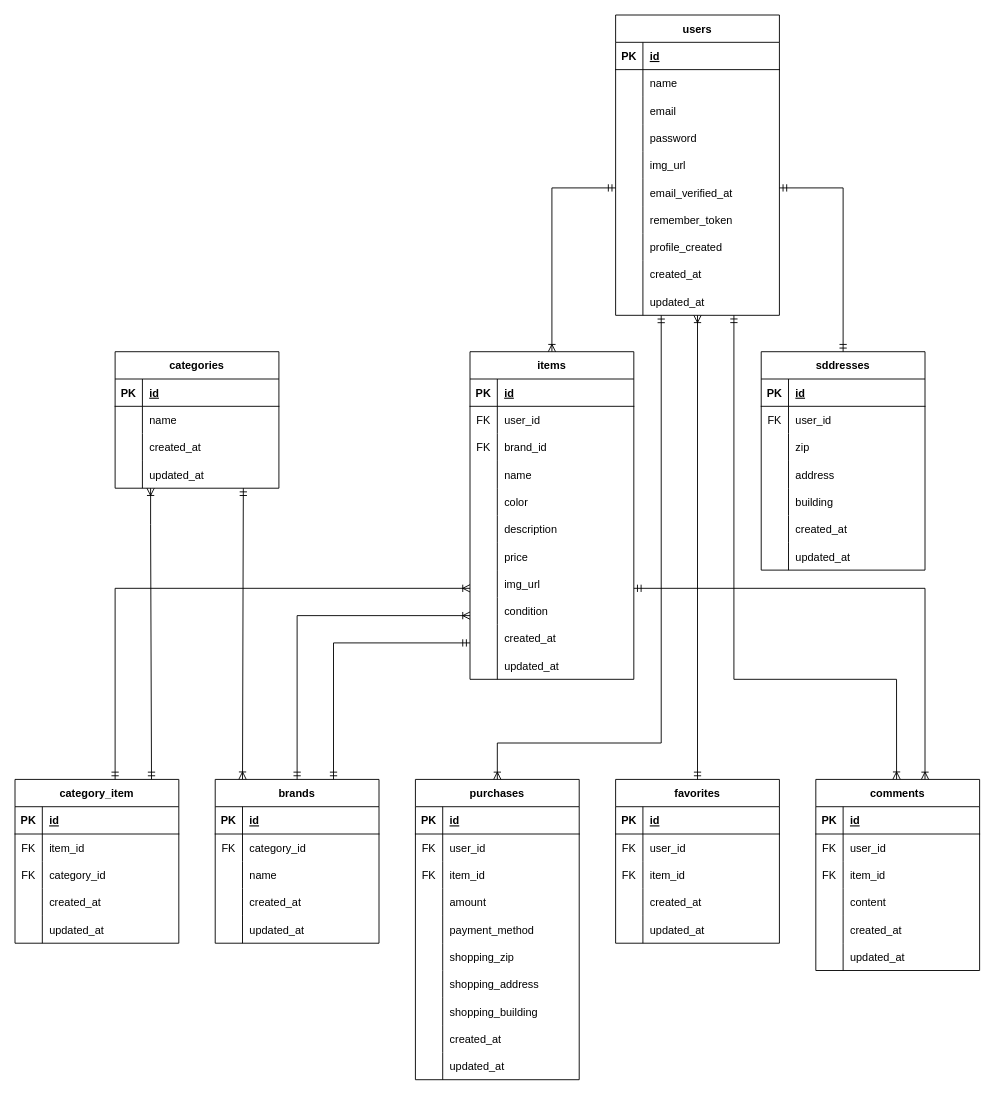
Before: docs/ERD/ER_diagram.drawio in yoshiimika/FleaMarket, a draw.io diagram. Source tidied: cells renumbered, new cells numbered last; positions are measured from the earlier drawing's top-left corner, leaving out a move shared by most shapes. Both pictures are drawn from the tidied source at 91%, with x=0, y=0 at pixel (15, 15).
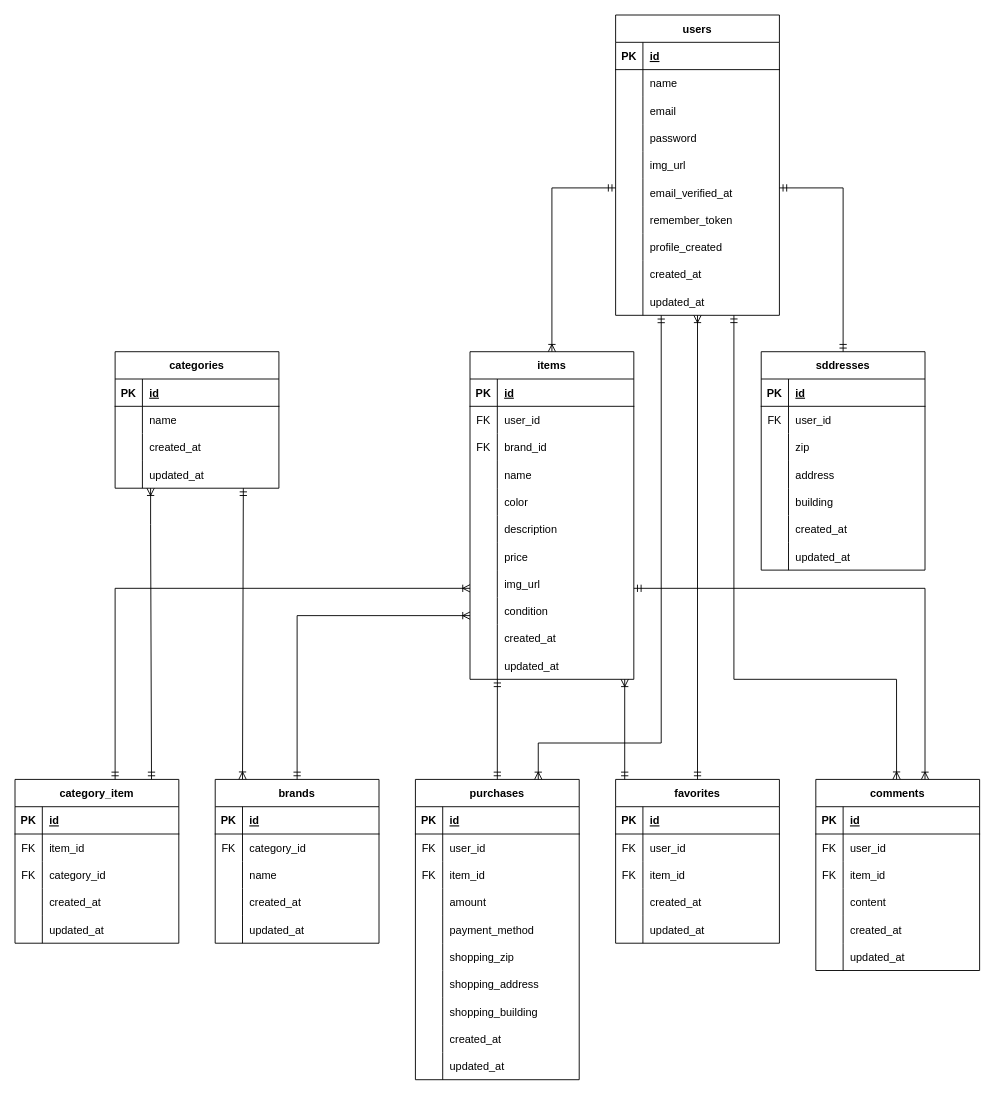
The same diagram, later.

The change refers to these unchanged cells:
```xml
<mxCell id="93" style="shape=tableRow;horizontal=0;startSize=0;swimlaneHead=0;swimlaneBody=0;fillColor=none;points=[[0,0.5],[1,0.5]];portConstraint=eastwest;top=0;left=0;right=0;bottom=0;" parent="62" vertex="1">
  <mxGeometry y="330" width="180" height="30" as="geometry" />
</mxCell>
<mxCell id="112" value="purchases" style="shape=table;startSize=30;childLayout=tableLayout;rowLines=0;fontStyle=1;align=center;" parent="1" vertex="1">
  <mxGeometry x="440" y="840" width="180" height="330" as="geometry" />
</mxCell>
```

Diff of the diagram source:
```diff
@@
-    <mxCell id="203" style="edgeStyle=orthogonalEdgeStyle;fontSize=12;html=1;endArrow=ERoneToMany;startArrow=ERmandOne;rounded=0;entryX=0.5;entryY=0;entryDx=0;entryDy=0;" parent="1" edge="1" target="112">
+    <mxCell id="203" style="edgeStyle=orthogonalEdgeStyle;fontSize=12;html=1;endArrow=ERoneToMany;startArrow=ERmandOne;rounded=0;entryX=0.75;entryY=0;entryDx=0;entryDy=0;" parent="1" edge="1" target="112">
       <mxGeometry relative="1" as="geometry">
         <mxPoint x="710.1" y="330.1" as="sourcePoint" />
         <Array as="points">
           <mxPoint x="710" y="800" />
-          <mxPoint x="530" y="800" />
+          <mxPoint x="575" y="800" />
         </Array>
       </mxGeometry>
     </mxCell>
@@
-    <mxCell id="210" style="edgeStyle=orthogonalEdgeStyle;fontSize=12;html=1;endArrow=ERmandOne;startArrow=ERmandOne;rounded=0;" parent="1" edge="1">
-      <mxGeometry relative="1" as="geometry">
-        <mxPoint x="350" y="840" as="sourcePoint" />
-        <mxPoint x="500" y="690" as="targetPoint" />
-        <Array as="points">
-          <mxPoint x="350" y="690" />
-          <mxPoint x="500" y="690" />
-        </Array>
-      </mxGeometry>
-    </mxCell>
+    <mxCell id="211" style="fontSize=12;html=1;endArrow=ERmandOne;startArrow=ERmandOne;entryX=0.167;entryY=1;entryDx=0;entryDy=0;entryPerimeter=0;exitX=0.5;exitY=0;exitDx=0;exitDy=0;" parent="1" edge="1" source="112" target="93">
+      <mxGeometry relative="1" as="geometry" />
+    </mxCell>
+    <mxCell id="212" style="edgeStyle=orthogonalEdgeStyle;fontSize=12;html=1;endArrow=ERoneToMany;startArrow=ERmandOne;rounded=0;exitX=0.5;exitY=0;exitDx=0;exitDy=0;" parent="1" edge="1">
+      <mxGeometry relative="1" as="geometry">
+        <mxPoint x="670" y="840" as="sourcePoint" />
+        <mxPoint x="670" y="730" as="targetPoint" />
+      </mxGeometry>
+    </mxCell>
```
